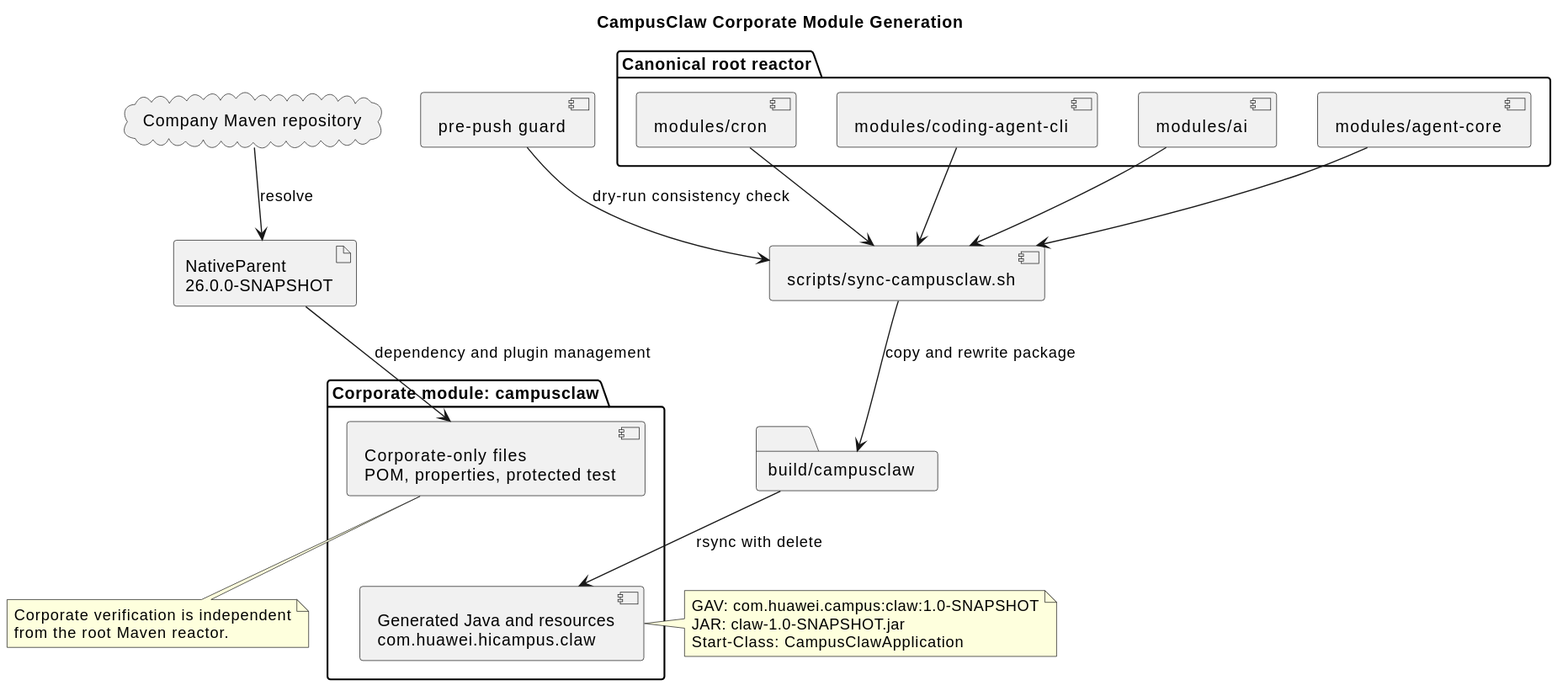
The PlantUML diagram docs/designs/campusclaw-corporate-module/campusclaw_corporate_module.svg in 2862282695gjh-afk/pi-mono-java, before a commit. The source it was exported from:
```plantuml
@startuml

title CampusClaw Corporate Module Generation

package "Canonical root reactor" {
  component "modules/ai" as ai
  component "modules/agent-core" as core
  component "modules/cron" as cron
  component "modules/coding-agent-cli" as runtime
}

component "scripts/sync-campusclaw.sh" as sync
folder "build/campusclaw" as stage

package "Corporate module: campusclaw" {
  component "Generated Java and resources\ncom.huawei.hicampus.claw" as mirror
  component "Corporate-only files\nPOM, properties, protected test" as local
}

cloud "Company Maven repository" as repository
artifact "NativeParent\n26.0.0-SNAPSHOT" as parent
component "pre-push guard" as hook

ai --> sync
core --> sync
cron --> sync
runtime --> sync
sync --> stage : copy and rewrite package
stage --> mirror : rsync with delete
local -[hidden]-> mirror
repository --> parent : resolve
parent --> local : dependency and plugin management
hook --> sync : dry-run consistency check

note right of mirror
  GAV: com.huawei.campus:claw:1.0-SNAPSHOT
  JAR: claw-1.0-SNAPSHOT.jar
  Start-Class: CampusClawApplication
end note

note bottom of local
  Corporate verification is independent
  from the root Maven reactor.
end note
@enduml
```
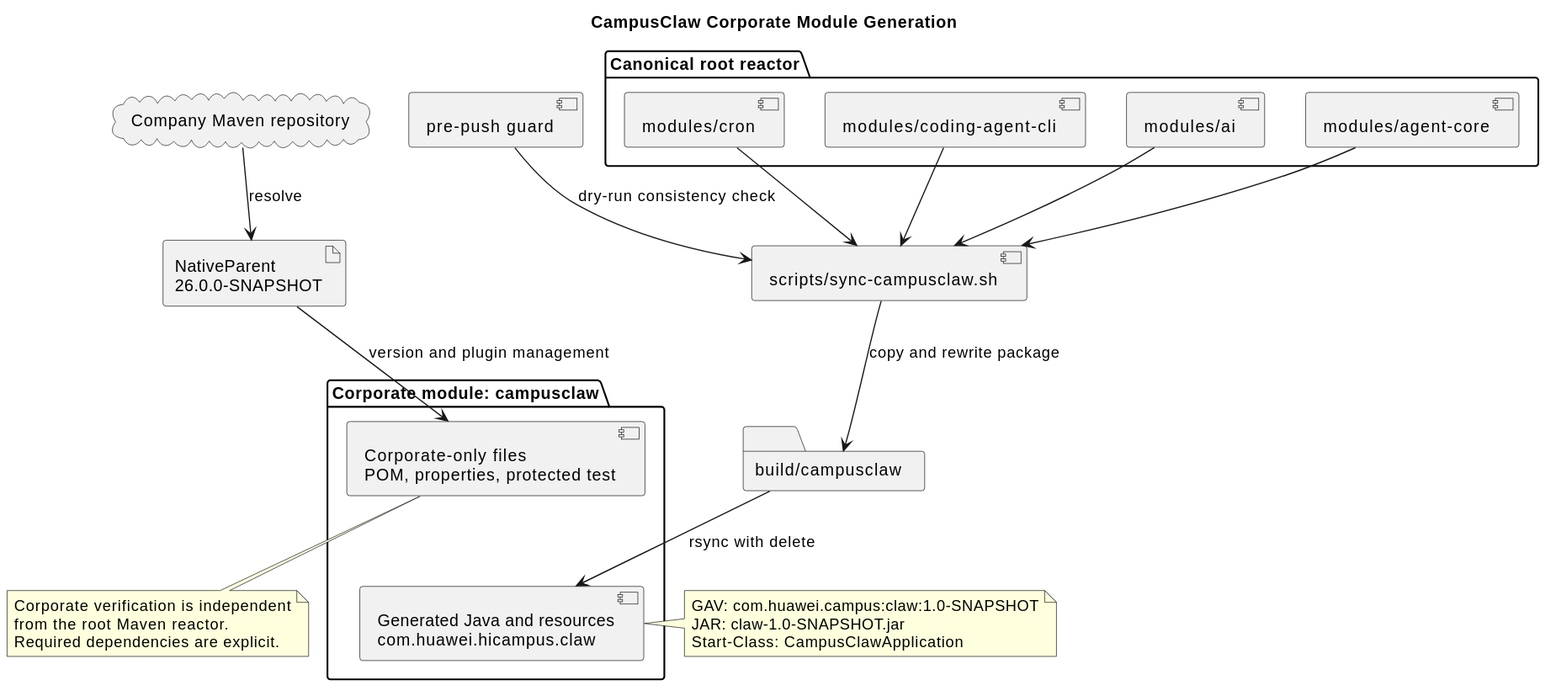
After the commit.

Commit message:
fix(campusclaw): 补齐公司镜像 Log4j2 依赖

Change to the diagram source:
```diff
@@ -29,7 +29,7 @@
 stage --> mirror : rsync with delete
 local -[hidden]-> mirror
 repository --> parent : resolve
-parent --> local : dependency and plugin management
+parent --> local : version and plugin management
 hook --> sync : dry-run consistency check
 
 note right of mirror
@@ -41,5 +41,6 @@
 note bottom of local
   Corporate verification is independent
   from the root Maven reactor.
+  Required dependencies are explicit.
 end note
 @enduml
```
